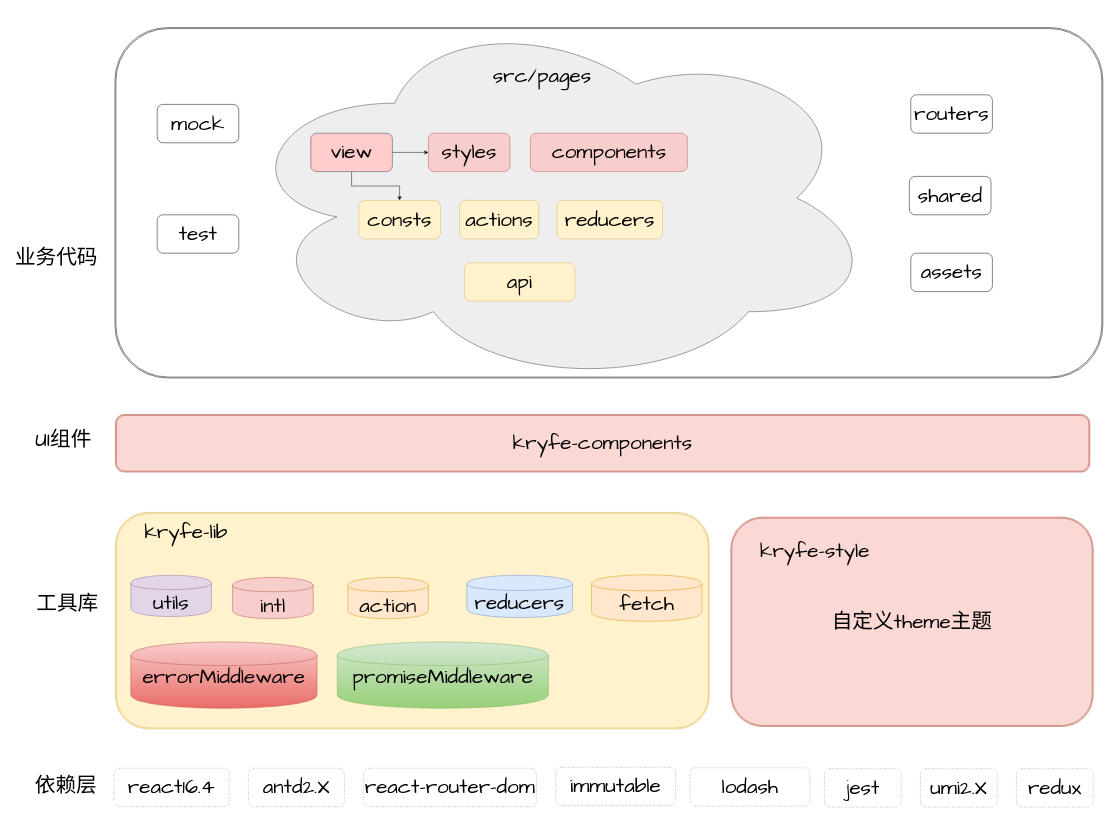
This is page "Page-1" (1 of 5) of Untitled Diagram.drawio from lambGirl/test-utils, a draw.io file, before an edit. Source tidied: cells renumbered, new cells numbered last; positions are measured from the earlier drawing's top-left corner, leaving out a move shared by most shapes. Both pictures are drawn from the tidied source at 48%, with x=0, y=0 at pixel (8, 8).
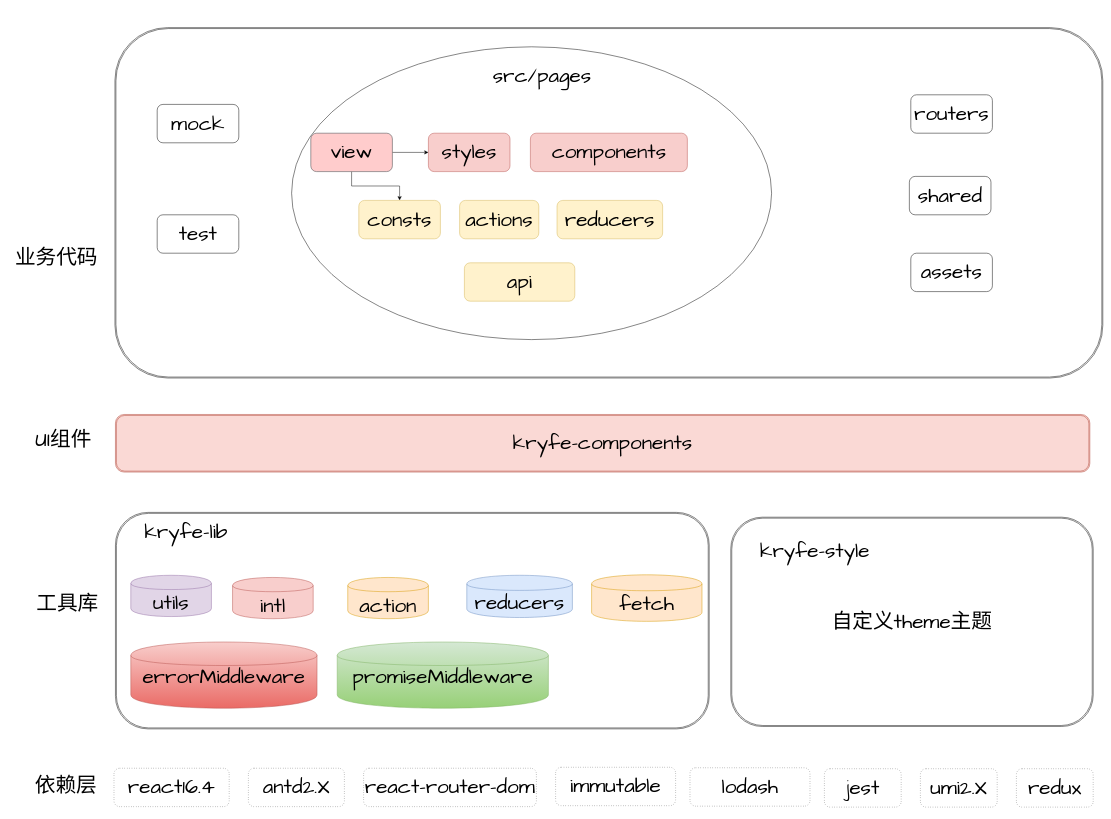
After the change.

Change to the diagram source:
```diff
@@
+    <mxCell id="43" style="ellipse;whiteSpace=wrap;html=1;" parent="1" vertex="1">
+      <mxGeometry x="590" y="80" width="1000" height="610" as="geometry" />
+    </mxCell>
@@
-    <mxCell id="12" style="shape=ext;rounded=1;double=1;fontFamily=Comic Sans MS;fontSize=43;labelBackgroundColor=none;labelBorderColor=none;fillColor=#fff2cc;strokeColor=#D6B656;" parent="1" vertex="1">
+    <mxCell id="12" style="shape=ext;rounded=1;double=1;fontFamily=Comic Sans MS;fontSize=43;labelBackgroundColor=none;labelBorderColor=none;" parent="1" vertex="1">
       <mxGeometry x="223" y="1050" width="1237" height="451" as="geometry" />
     </mxCell>
-    <mxCell id="13" value="自定义theme主题" style="shape=ext;rounded=1;html=1;whiteSpace=wrap;double=1;fontFamily=Comic Sans MS;fontSize=43;fillColor=#fad9d5;strokeColor=#ae4132;" parent="1" vertex="1">
+    <mxCell id="13" value="自定义theme主题" style="shape=ext;rounded=1;html=1;whiteSpace=wrap;double=1;fontFamily=Comic Sans MS;fontSize=43;" parent="1" vertex="1">
       <mxGeometry x="1505" y="1060" width="755" height="436" as="geometry" />
     </mxCell>
@@
-    <mxCell id="29" style="ellipse;shape=cloud;whiteSpace=wrap;html=1;labelBackgroundColor=none;strokeColor=#36393d;fontFamily=Comic Sans MS;fontSize=43;fillColor=#eeeeee;" parent="1" vertex="1">
-      <mxGeometry x="470" width="1340" height="790" as="geometry" />
-    </mxCell>
```
